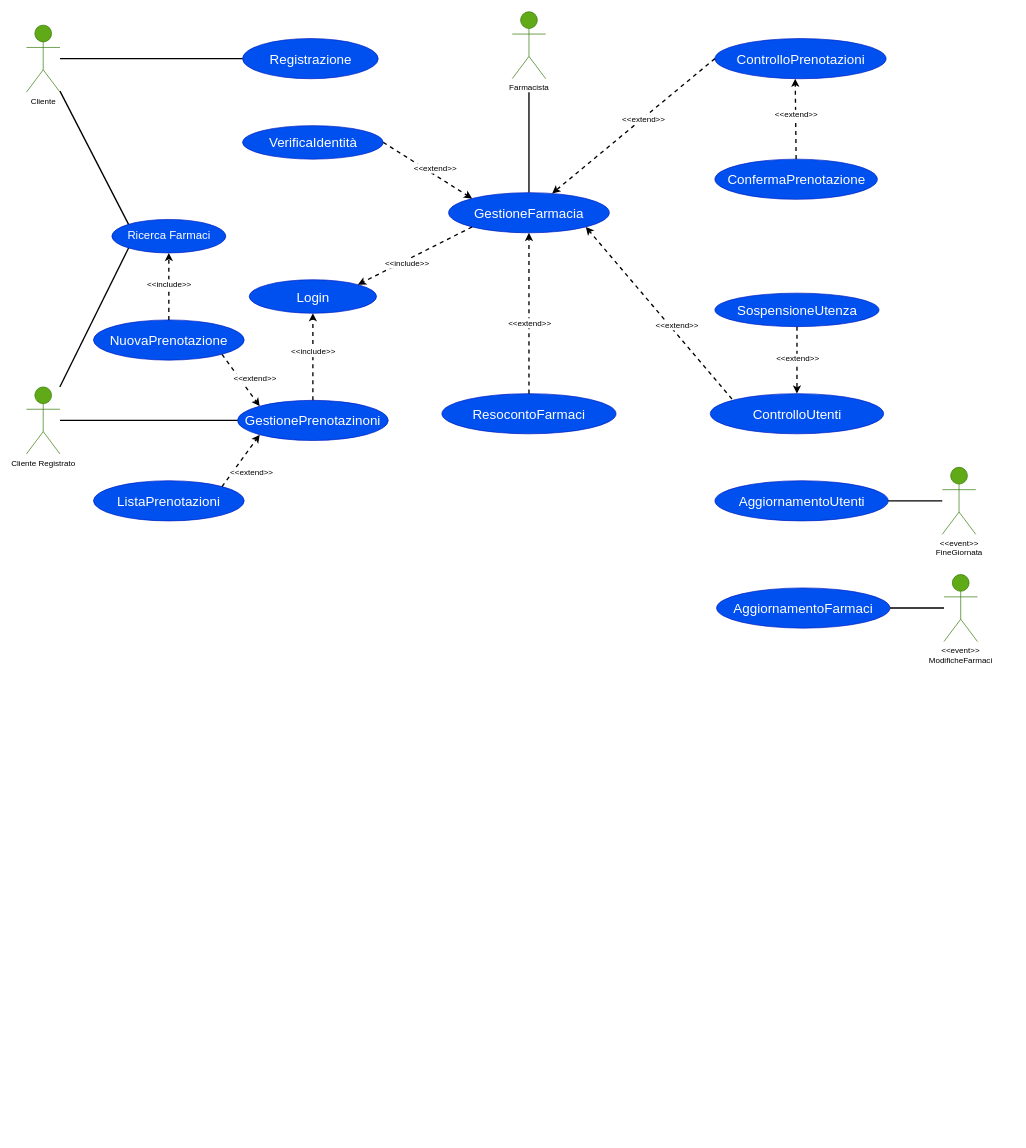
Earlier version of the draw.io diagram drawio/Analisi/CasiUso.drawio (lnwor/farmabyte-doc). Source tidied: cells renumbered, new cells numbered last; positions are measured from the earlier drawing's top-left corner, leaving out a move shared by most shapes. Both pictures are drawn from the tidied source at 67%, with x=0, y=0 at pixel (26, 11).
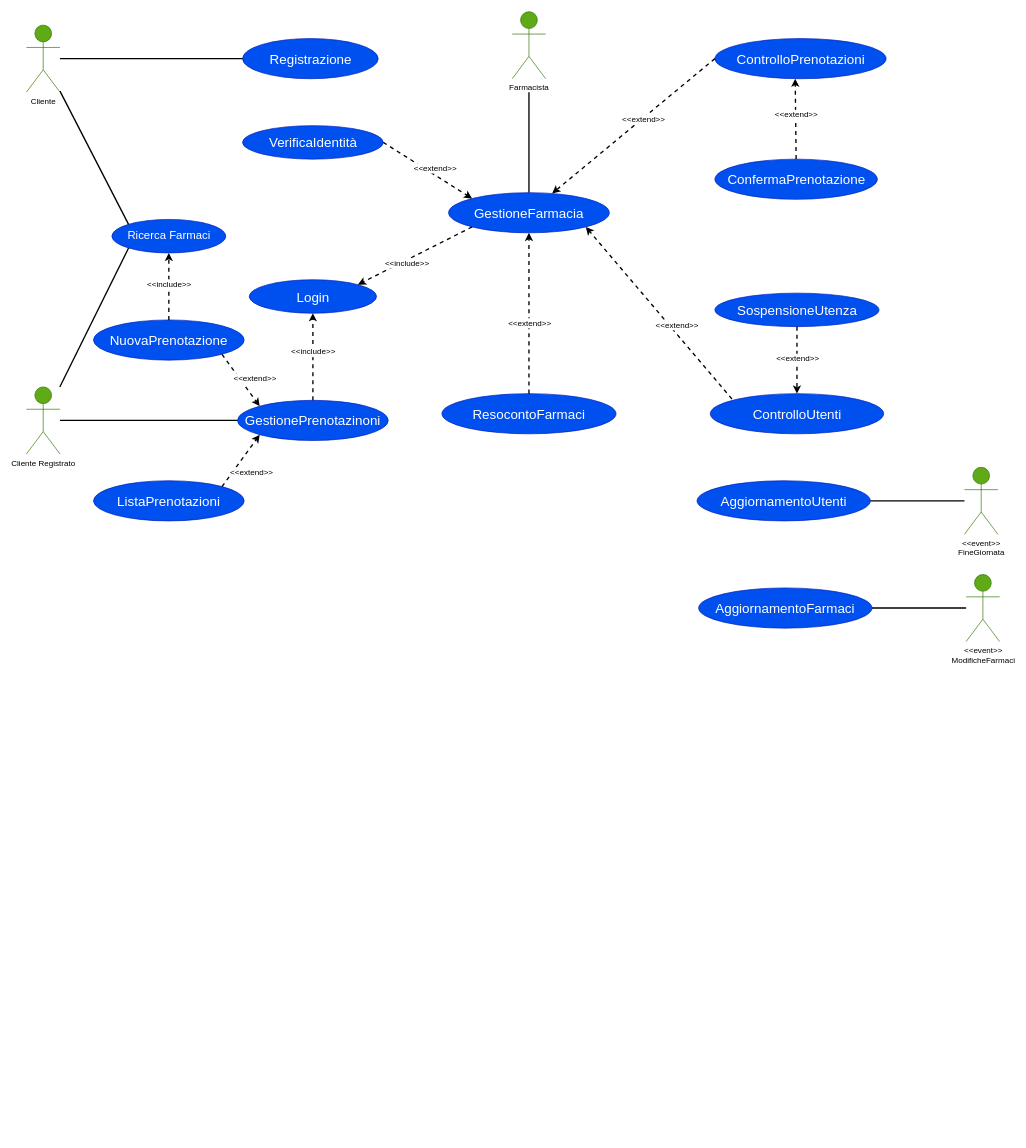
Above is the later version.

Commit message (it also covers changes not shown here):
modificate relazioni sulla sicurezza dei casi d'uso

Diff of the diagram source:
```diff
@@
+    <mxCell id="51" style="edgeStyle=orthogonalEdgeStyle;rounded=0;orthogonalLoop=1;jettySize=auto;html=1;exitX=0.5;exitY=1;exitDx=0;exitDy=0;" parent="1" edge="1">
+      <mxGeometry relative="1" as="geometry">
+        <mxPoint x="426.5" y="1670" as="sourcePoint" />
+        <mxPoint x="426.5" y="1670" as="targetPoint" />
+      </mxGeometry>
+    </mxCell>
@@
     <mxCell id="45" value="&lt;div&gt;&amp;lt;&amp;lt;event&amp;gt;&amp;gt;&lt;/div&gt;&lt;div&gt;FineGiornata&lt;br&gt;&lt;/div&gt;" style="shape=umlActor;verticalLabelPosition=bottom;verticalAlign=top;html=1;outlineConnect=0;labelBackgroundColor=none;fontSize=12;fillColor=#60a917;strokeColor=#2D7600;" parent="1" vertex="1">
-      <mxGeometry x="1366.9" y="680" width="50" height="100" as="geometry" />
+      <mxGeometry x="1400" y="680" width="50" height="100" as="geometry" />
     </mxCell>
     <mxCell id="46" value="AggiornamentoUtenti" style="ellipse;whiteSpace=wrap;html=1;labelBackgroundColor=none;fontSize=20;fillColor=#0050ef;strokeColor=#001DBC;fontColor=#ffffff;" parent="1" vertex="1">
-      <mxGeometry x="1027.5" y="700" width="258.8" height="60" as="geometry" />
+      <mxGeometry x="1000.8" y="700" width="258.8" height="60" as="geometry" />
     </mxCell>
@@
     <mxCell id="48" value="&lt;div&gt;&amp;lt;&amp;lt;event&amp;gt;&amp;gt;&lt;/div&gt;&lt;div&gt;ModificheFarmaci&lt;/div&gt;" style="shape=umlActor;verticalLabelPosition=bottom;verticalAlign=top;html=1;outlineConnect=0;labelBackgroundColor=none;fontSize=12;fillColor=#60a917;strokeColor=#2D7600;" parent="1" vertex="1">
-      <mxGeometry x="1369.4" y="840" width="50" height="100" as="geometry" />
+      <mxGeometry x="1402.5" y="840" width="50" height="100" as="geometry" />
     </mxCell>
     <mxCell id="49" value="AggiornamentoFarmaci" style="ellipse;whiteSpace=wrap;html=1;labelBackgroundColor=none;fontSize=20;fillColor=#0050ef;strokeColor=#001DBC;fontColor=#ffffff;" parent="1" vertex="1">
-      <mxGeometry x="1030" y="860" width="258.8" height="60" as="geometry" />
+      <mxGeometry x="1003.2" y="860" width="258.8" height="60" as="geometry" />
     </mxCell>
```
